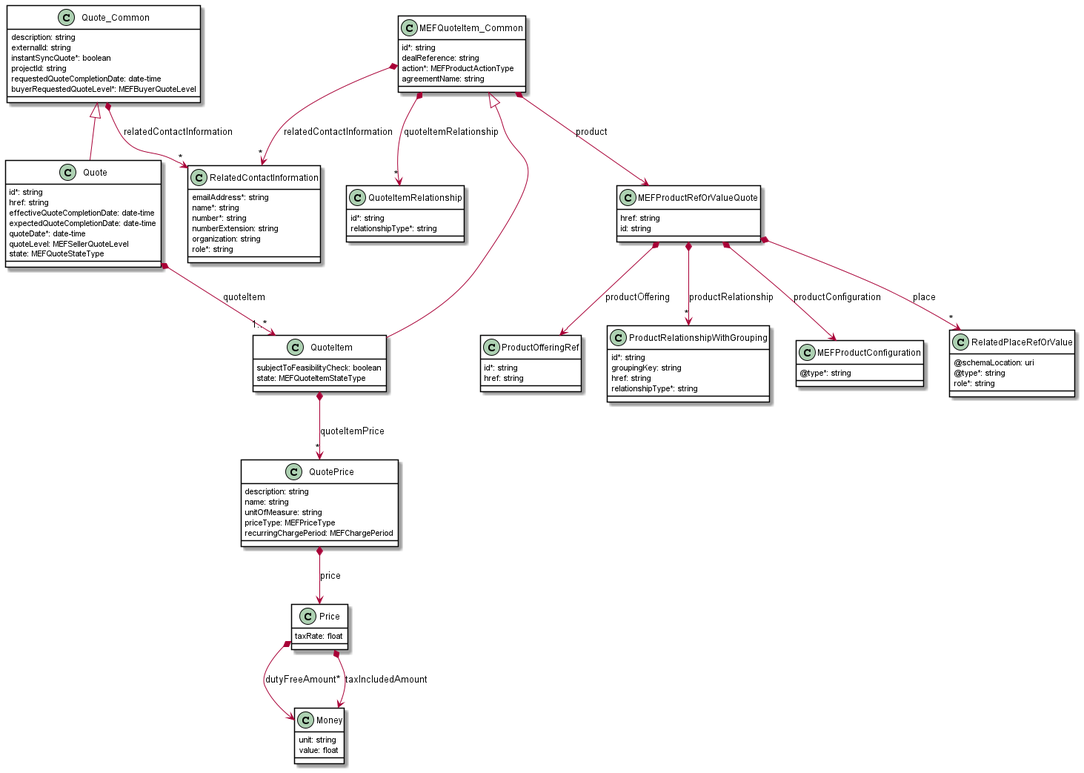
Before: documentation/productApi/quote/media/quoteResponseModel.png, a diagram exported from PlantUML (MEF-GIT/MEF-LSO-Sonata-SDK). Source of this version:
```plantuml
@startuml
skinparam {
    ClassBackgroundColor White
    ClassBorderColor Black
}


class Quote_Common {

    description: string
    externalId: string
    instantSyncQuote*: boolean
    projectId: string
    requestedQuoteCompletionDate: date-time
    buyerRequestedQuoteLevel*: MEFBuyerQuoteLevel
}


Quote_Common *-->"*" RelatedContactInformation : relatedContactInformation


class MEFProductConfiguration {

    @type*: string
}

class MEFProductRefOrValueQuote {

    href: string
    id: string
}

MEFProductRefOrValueQuote *-->"*" RelatedPlaceRefOrValue : place
MEFProductRefOrValueQuote *--> MEFProductConfiguration : productConfiguration
MEFProductRefOrValueQuote *--> ProductOfferingRef : productOffering
MEFProductRefOrValueQuote *-->"*" ProductRelationshipWithGrouping : productRelationship

class MEFQuoteItem_Common {

    id*: string
    dealReference: string
    action*: MEFProductActionType
    agreementName: string
}

MEFQuoteItem_Common *--> MEFProductRefOrValueQuote : product
MEFQuoteItem_Common *-->"*" QuoteItemRelationship : quoteItemRelationship
MEFQuoteItem_Common *-->"*" RelatedContactInformation : relatedContactInformation


class ProductOfferingRef {

    id*: string
    href: string
}



class ProductRelationshipWithGrouping {

    id*: string
    groupingKey: string
    href: string
    relationshipType*: string
}



class Quote {

    id*: string
    href: string
    effectiveQuoteCompletionDate: date-time
    expectedQuoteCompletionDate: date-time
    quoteDate*: date-time
    quoteLevel: MEFSellerQuoteLevel
    state: MEFQuoteStateType
}
Quote_Common <|-- Quote

Quote *-->"1..*" QuoteItem : quoteItem

class QuoteItem {

    subjectToFeasibilityCheck: boolean
    state: MEFQuoteItemStateType
}
MEFQuoteItem_Common <|-- QuoteItem

QuoteItem *-->"*" QuotePrice : quoteItemPrice

class QuoteItemRelationship {

    id*: string
    relationshipType*: string
}



class QuotePrice {

    description: string
    name: string
    unitOfMeasure: string
    priceType: MEFPriceType
    recurringChargePeriod: MEFChargePeriod
}

QuotePrice *--> Price : price

class RelatedContactInformation {

    emailAddress*: string
    name*: string
    number*: string
    numberExtension: string
    organization: string
    role*: string
}


class RelatedPlaceRefOrValue {

    @schemaLocation: uri
    @type*: string
    role*: string
}


class Money {

    unit: string
    value: float
}



class Price {

    taxRate: float
}

Price *--> Money : dutyFreeAmount*
Price *--> Money : taxIncludedAmount



@enduml
```
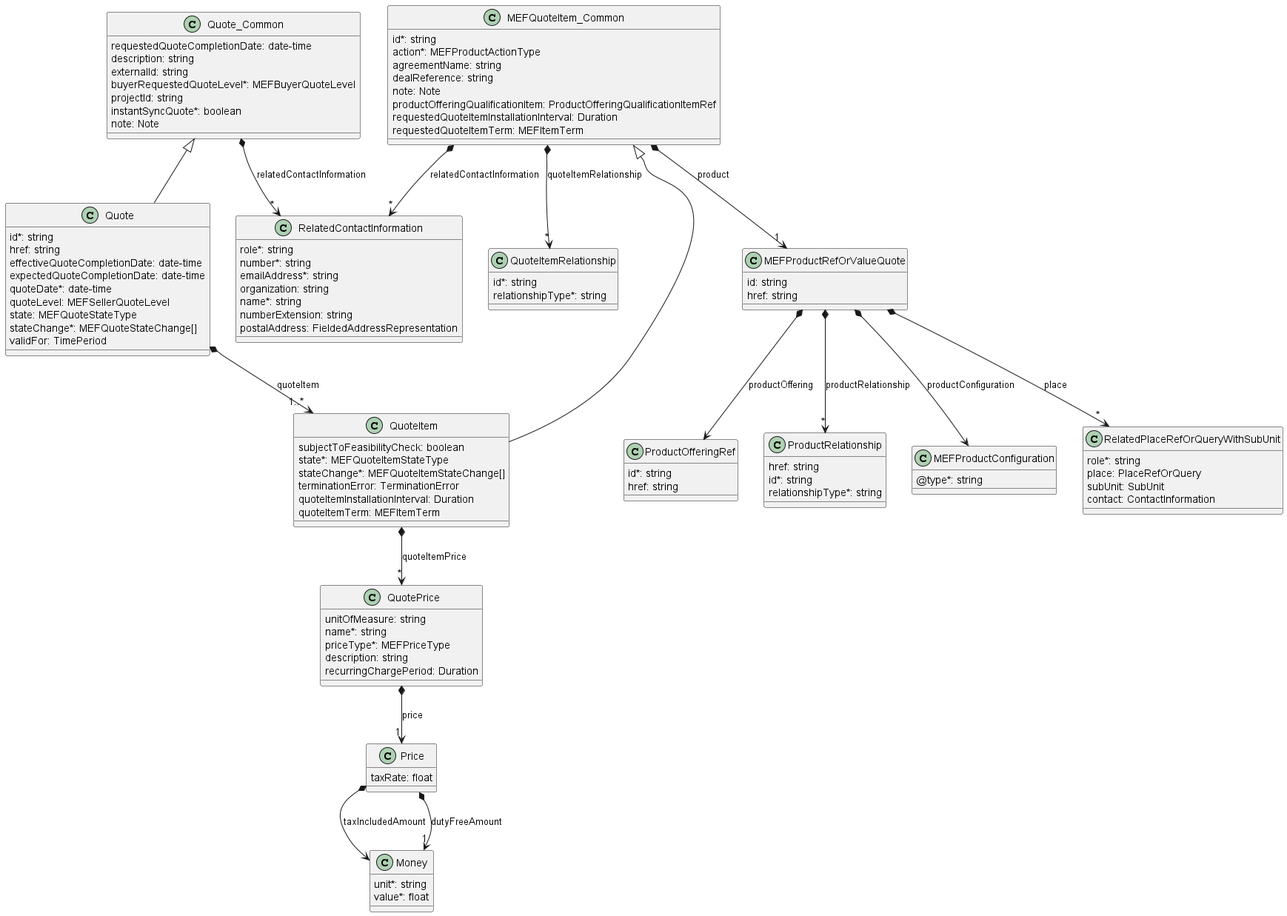
Later version of the same file.

What changed in the source:
```diff
@@ -1,51 +1,52 @@
 @startuml
-skinparam {
-    ClassBackgroundColor White
-    ClassBorderColor Black
-}
-
 
 class Quote_Common {
 
+    requestedQuoteCompletionDate: date-time
     description: string
     externalId: string
+    buyerRequestedQuoteLevel*: MEFBuyerQuoteLevel
+    projectId: string
     instantSyncQuote*: boolean
-    projectId: string
-    requestedQuoteCompletionDate: date-time
-    buyerRequestedQuoteLevel*: MEFBuyerQuoteLevel
+    note: Note
 }
 
+Quote_Common *-->"*" RelatedContactInformation : relatedContactInformation
 
-Quote_Common *-->"*" RelatedContactInformation : relatedContactInformation
+
 
 
 class MEFProductConfiguration {
 
     @type*: string
 }
-
 class MEFProductRefOrValueQuote {
 
+    id: string
     href: string
-    id: string
 }
 
-MEFProductRefOrValueQuote *-->"*" RelatedPlaceRefOrValue : place
+MEFProductRefOrValueQuote *-->"*" RelatedPlaceRefOrQueryWithSubUnit : place
 MEFProductRefOrValueQuote *--> MEFProductConfiguration : productConfiguration
 MEFProductRefOrValueQuote *--> ProductOfferingRef : productOffering
-MEFProductRefOrValueQuote *-->"*" ProductRelationshipWithGrouping : productRelationship
+MEFProductRefOrValueQuote *-->"*" ProductRelationship : productRelationship
+
 
 class MEFQuoteItem_Common {
 
     id*: string
-    dealReference: string
     action*: MEFProductActionType
     agreementName: string
+    dealReference: string
+    note: Note
+    productOfferingQualificationItem: ProductOfferingQualificationItemRef
+    requestedQuoteItemInstallationInterval: Duration
+    requestedQuoteItemTerm: MEFItemTerm
 }
 
-MEFQuoteItem_Common *--> MEFProductRefOrValueQuote : product
+MEFQuoteItem_Common *-->"1" MEFProductRefOrValueQuote : product
+MEFQuoteItem_Common *-->"*" RelatedContactInformation : relatedContactInformation
 MEFQuoteItem_Common *-->"*" QuoteItemRelationship : quoteItemRelationship
-MEFQuoteItem_Common *-->"*" RelatedContactInformation : relatedContactInformation
 
 
 class ProductOfferingRef {
@@ -55,15 +56,12 @@
 }
 
 
+class ProductRelationship {
 
-class ProductRelationshipWithGrouping {
-
+    href: string
     id*: string
-    groupingKey: string
-    href: string
     relationshipType*: string
 }
-
 
 
 class Quote {
@@ -75,6 +73,8 @@
     quoteDate*: date-time
     quoteLevel: MEFSellerQuoteLevel
     state: MEFQuoteStateType
+    stateChange*: MEFQuoteStateChange[]
+    validFor: TimePeriod
 }
 Quote_Common <|-- Quote
 
@@ -83,7 +83,11 @@
 class QuoteItem {
 
     subjectToFeasibilityCheck: boolean
-    state: MEFQuoteItemStateType
+    state*: MEFQuoteItemStateType
+    stateChange*: MEFQuoteItemStateChange[]
+    terminationError: TerminationError
+    quoteItemInstallationInterval: Duration
+    quoteItemTerm: MEFItemTerm
 }
 MEFQuoteItem_Common <|-- QuoteItem
 
@@ -95,44 +99,44 @@
     relationshipType*: string
 }
 
-
-
 class QuotePrice {
 
+    unitOfMeasure: string
+    name*: string
+    priceType*: MEFPriceType
     description: string
-    name: string
-    unitOfMeasure: string
-    priceType: MEFPriceType
-    recurringChargePeriod: MEFChargePeriod
+    recurringChargePeriod: Duration
 }
 
-QuotePrice *--> Price : price
+QuotePrice *-->"1" Price : price
 
 class RelatedContactInformation {
 
+    role*: string
+    number*: string
     emailAddress*: string
+    organization: string
     name*: string
-    number*: string
     numberExtension: string
-    organization: string
+    postalAddress: FieldedAddressRepresentation
+}
+
+class RelatedPlaceRefOrQueryWithSubUnit {
+
     role*: string
+    place: PlaceRefOrQuery
+    subUnit: SubUnit
+    contact: ContactInformation
 }
 
 
-class RelatedPlaceRefOrValue {
-
-    @schemaLocation: uri
-    @type*: string
-    role*: string
-}
 
 
 class Money {
 
-    unit: string
-    value: float
+    unit*: string
+    value*: float
 }
-
 
 
 class Price {
@@ -140,8 +144,8 @@
     taxRate: float
 }
 
-Price *--> Money : dutyFreeAmount*
 Price *--> Money : taxIncludedAmount
+Price *-->"1" Money : dutyFreeAmount
 
 
 
```
